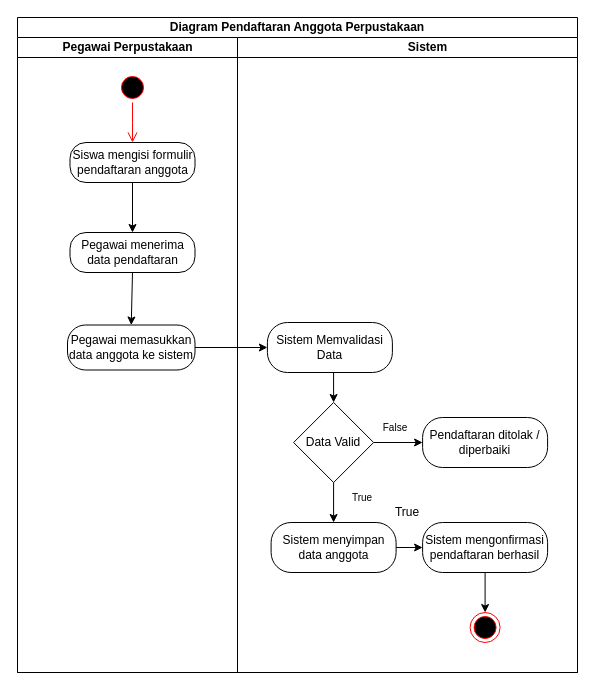
DikiDrim/FileSkripsi keeps this draw.io diagram as page "Kelola Data Anggota" (4 of 9) of Use case.drawio. Above is the earlier version. Source tidied: cells renumbered, new cells numbered last; positions are measured from the earlier drawing's top-left corner, leaving out a move shared by most shapes. Both pictures are drawn from the tidied source at 100%, with x=0, y=0 at pixel (17, 17).
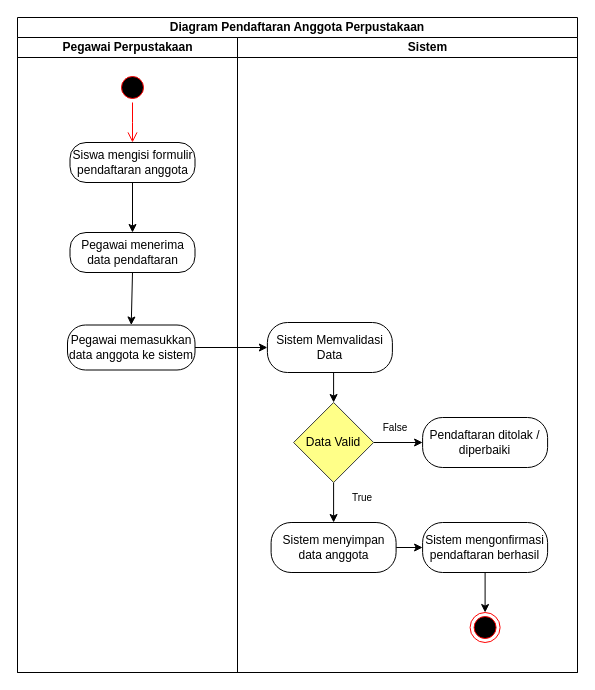
Above is the later version.

Unchanged cells that the change refers to:
```xml
<mxCell id="11" value="&lt;blockquote style=&quot;margin: 0 0 0 40px; border: none; padding: 0px;&quot;&gt;Sistem&lt;/blockquote&gt;" style="swimlane;html=1;startSize=20;swimlaneLine=1;" parent="2" vertex="1">
  <mxGeometry x="220" y="20" width="340" height="635" as="geometry" />
</mxCell>
```

Diff of the diagram source:
```diff
@@
-    <mxCell id="12" value="True" style="text;html=1;whiteSpace=wrap;strokeColor=none;fillColor=none;align=center;verticalAlign=middle;rounded=0;" parent="11" vertex="1">
-      <mxGeometry x="140" y="460" width="60" height="30" as="geometry" />
-    </mxCell>
@@
-    <mxCell id="18" value="Data Valid" style="rhombus;whiteSpace=wrap;html=1;" parent="11" vertex="1">
+    <mxCell id="18" value="Data Valid" style="rhombus;whiteSpace=wrap;html=1;fillColor=#ffff88;strokeColor=#36393d;" parent="11" vertex="1">
       <mxGeometry x="56.1" y="365" width="80" height="80" as="geometry" />
     </mxCell>
```
